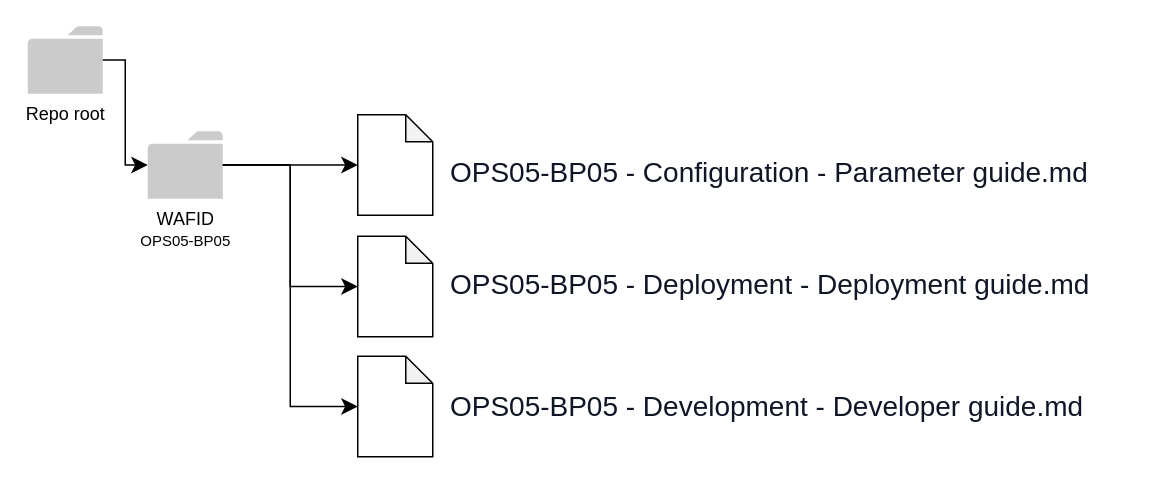
yu2scalar/docsample keeps this draw.io diagram as readme.dio. Above is the earlier version. Source tidied: cells renumbered, new cells numbered last; positions are measured from the earlier drawing's top-left corner, leaving out a move shared by most shapes. Both pictures are drawn from the tidied source at 150%, with x=0, y=0 at pixel (27, 26).
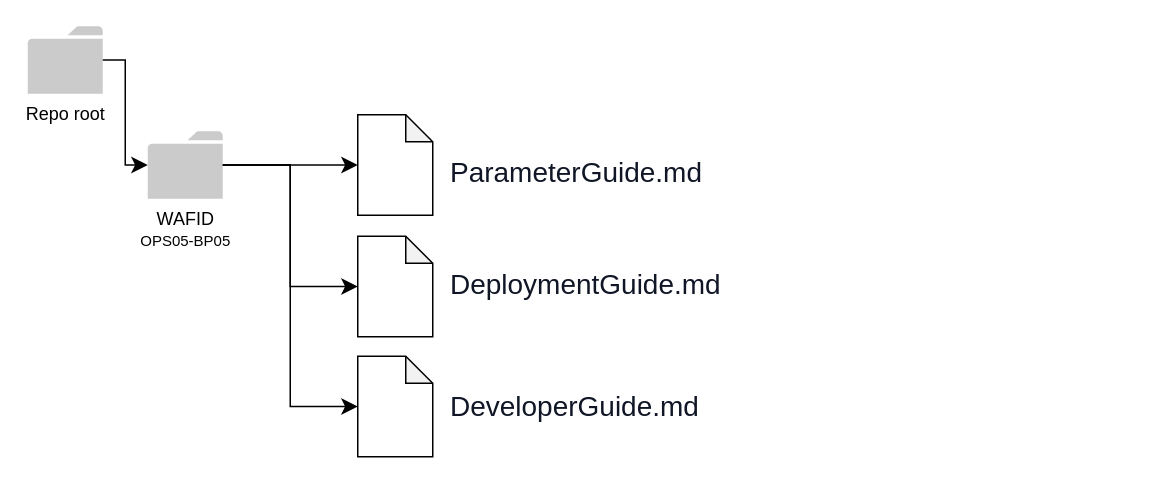
The same page after the edit.

Change to the diagram source:
```diff
@@
 <mxGraphModel>
   <root>
     <mxCell id="0" />
     <mxCell id="1" parent="0" />
     <mxCell id="2" value="Repo root" style="sketch=0;shadow=0;dashed=0;html=1;strokeColor=none;labelPosition=center;verticalLabelPosition=bottom;verticalAlign=top;outlineConnect=0;align=center;shape=mxgraph.office.concepts.folder;fillColor=#CCCBCB;" parent="1" vertex="1">
       <mxGeometry width="50" height="45" as="geometry" />
     </mxCell>
     <mxCell id="3" value="&lt;font style=&quot;background-color: rgb(255, 255, 255);&quot; color=&quot;#000000&quot;&gt;WAFID&lt;br&gt;&lt;span id=&quot;docs-internal-guid-91edf046-7fff-8db2-ec80-6ff2966f3f44&quot;&gt;&lt;span style=&quot;font-family: &amp;quot;Noto Sans JP&amp;quot;, sans-serif; font-variant-numeric: normal; font-variant-east-asian: normal; font-variant-alternates: normal; font-variant-position: normal; vertical-align: baseline;&quot;&gt;&lt;font style=&quot;font-size: 10px;&quot;&gt;OPS05-BP05&lt;/font&gt;&lt;/span&gt;&lt;/span&gt;&lt;/font&gt;&lt;span style=&quot;background-color: rgb(24, 20, 29); font-size: 10px;&quot;&gt;&lt;br&gt;&lt;/span&gt;" style="sketch=0;shadow=0;dashed=0;html=1;strokeColor=none;labelPosition=center;verticalLabelPosition=bottom;verticalAlign=top;outlineConnect=0;align=center;shape=mxgraph.office.concepts.folder;fillColor=#CCCBCB;" parent="1" vertex="1">
       <mxGeometry x="80" y="70" width="50" height="45" as="geometry" />
     </mxCell>
     <mxCell id="4" style="edgeStyle=elbowEdgeStyle;elbow=horizontal;endArrow=classic;html=1;curved=0;rounded=0;endSize=8;startSize=8;" parent="1" edge="1" source="2" target="3">
       <mxGeometry relative="1" as="geometry" />
     </mxCell>
     <mxCell id="5" style="shape=note;whiteSpace=wrap;html=1;backgroundOutline=1;darkOpacity=0.05;size=18;" parent="1" vertex="1">
       <mxGeometry x="220" y="59" width="50" height="67" as="geometry" />
     </mxCell>
     <mxCell id="6" style="shape=note;whiteSpace=wrap;html=1;backgroundOutline=1;darkOpacity=0.05;size=18;" parent="1" vertex="1">
       <mxGeometry x="220" y="140" width="50" height="67" as="geometry" />
     </mxCell>
     <mxCell id="7" style="shape=note;whiteSpace=wrap;html=1;backgroundOutline=1;darkOpacity=0.05;size=18;" parent="1" vertex="1">
       <mxGeometry x="220" y="220" width="50" height="67" as="geometry" />
     </mxCell>
     <mxCell id="8" style="edgeStyle=elbowEdgeStyle;elbow=horizontal;endArrow=classic;html=1;curved=0;rounded=0;endSize=8;startSize=8;entryX=0;entryY=0.5;entryDx=0;entryDy=0;entryPerimeter=0;" parent="1" edge="1" source="3" target="5">
       <mxGeometry relative="1" as="geometry" />
     </mxCell>
     <mxCell id="9" style="edgeStyle=elbowEdgeStyle;elbow=horizontal;endArrow=classic;html=1;curved=0;rounded=0;endSize=8;startSize=8;" parent="1" edge="1" source="3" target="6">
       <mxGeometry relative="1" as="geometry" />
     </mxCell>
     <mxCell id="10" style="edgeStyle=elbowEdgeStyle;elbow=horizontal;endArrow=classic;html=1;curved=0;rounded=0;endSize=8;startSize=8;" parent="1" edge="1" source="3" target="7">
       <mxGeometry relative="1" as="geometry" />
     </mxCell>
-    <mxCell id="11" value="&lt;br&gt;&lt;b id=&quot;docs-internal-guid-cab37ac6-7fff-4b6a-d3a9-6e296733cf67&quot; style=&quot;font-weight:normal;&quot;&gt;&lt;p style=&quot;line-height:1.38;margin-top:0pt;margin-bottom:12pt;&quot; dir=&quot;ltr&quot;&gt;&lt;span style=&quot;font-size: 14pt; font-family: &amp;quot;Noto Sans JP&amp;quot;, sans-serif; color: rgb(16, 22, 37); background-color: transparent; font-weight: 400; font-style: normal; font-variant: normal; text-decoration: none; vertical-align: baseline;&quot;&gt;OPS05-BP05 - Configuration - Parameter guide.md&lt;/span&gt;&lt;/p&gt;&lt;/b&gt;" style="text;strokeColor=none;align=left;fillColor=#FFFFFF;html=1;verticalAlign=middle;whiteSpace=wrap;rounded=0;" parent="1" vertex="1">
-      <mxGeometry x="280" y="85" width="460" height="25" as="geometry" />
+    <mxCell id="11" value="&lt;span style=&quot;background-color: transparent; color: rgb(16, 22, 37); font-family: &amp;quot;Noto Sans JP&amp;quot;, sans-serif; font-size: 14pt;&quot;&gt;ParameterGuide.md&lt;/span&gt;" style="text;strokeColor=none;align=left;fillColor=#FFFFFF;html=1;verticalAlign=middle;whiteSpace=wrap;rounded=0;" parent="1" vertex="1">
+      <mxGeometry x="280" y="85" width="210" height="25" as="geometry" />
     </mxCell>
-    <mxCell id="12" value="&lt;span style=&quot;background-color: transparent; color: rgb(16, 22, 37); font-family: &amp;quot;Noto Sans JP&amp;quot;, sans-serif; font-size: 14pt;&quot;&gt;OPS05-BP05 - Deployment - Deployment guide.md&lt;/span&gt;" style="text;strokeColor=none;align=left;fillColor=#FFFFFF;html=1;verticalAlign=middle;whiteSpace=wrap;rounded=0;" parent="1" vertex="1">
-      <mxGeometry x="280" y="160" width="460" height="25" as="geometry" />
+    <mxCell id="12" value="&lt;span style=&quot;background-color: transparent;&quot;&gt;&lt;font face=&quot;Noto Sans JP, sans-serif&quot; color=&quot;#101625&quot;&gt;&lt;span style=&quot;font-size: 18.6667px;&quot;&gt;DeploymentGuide&lt;/span&gt;&lt;span style=&quot;font-size: 14pt;&quot;&gt;.md&lt;/span&gt;&lt;/font&gt;&lt;/span&gt;" style="text;strokeColor=none;align=left;fillColor=#FFFFFF;html=1;verticalAlign=middle;whiteSpace=wrap;rounded=0;" parent="1" vertex="1">
+      <mxGeometry x="280" y="160" width="210" height="25" as="geometry" />
     </mxCell>
-    <mxCell id="13" value="&lt;span style=&quot;background-color: transparent; color: rgb(16, 22, 37); font-family: &amp;quot;Noto Sans JP&amp;quot;, sans-serif; font-size: 14pt;&quot;&gt;OPS05-BP05 - Development - Developer guide.md&lt;/span&gt;" style="text;strokeColor=none;align=left;fillColor=#FFFFFF;html=1;verticalAlign=middle;whiteSpace=wrap;rounded=0;" parent="1" vertex="1">
-      <mxGeometry x="280" y="241" width="460" height="25" as="geometry" />
+    <mxCell id="13" value="&lt;font face=&quot;Noto Sans JP, sans-serif&quot; color=&quot;#101625&quot;&gt;&lt;span style=&quot;font-size: 18.6667px;&quot;&gt;DeveloperGuide.md&lt;/span&gt;&lt;/font&gt;" style="text;strokeColor=none;align=left;fillColor=#FFFFFF;html=1;verticalAlign=middle;whiteSpace=wrap;rounded=0;" parent="1" vertex="1">
+      <mxGeometry x="280" y="241" width="210" height="25" as="geometry" />
     </mxCell>
   </root>
 </mxGraphModel>
```
